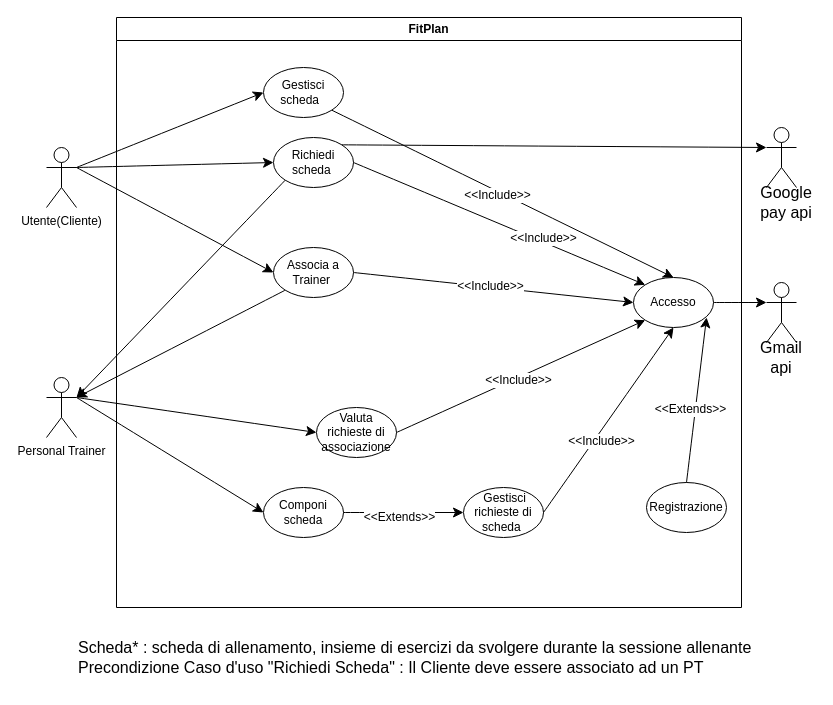
FedericoSib/FitPlan keeps this draw.io diagram as UseCaseDiagram/UseCaseDiagram.drawio. Above is the earlier version. Source tidied: cells renumbered, new cells numbered last; positions are measured from the earlier drawing's top-left corner, leaving out a move shared by most shapes. Both pictures are drawn from the tidied source at 100%, with x=0, y=0 at pixel (46, 17).
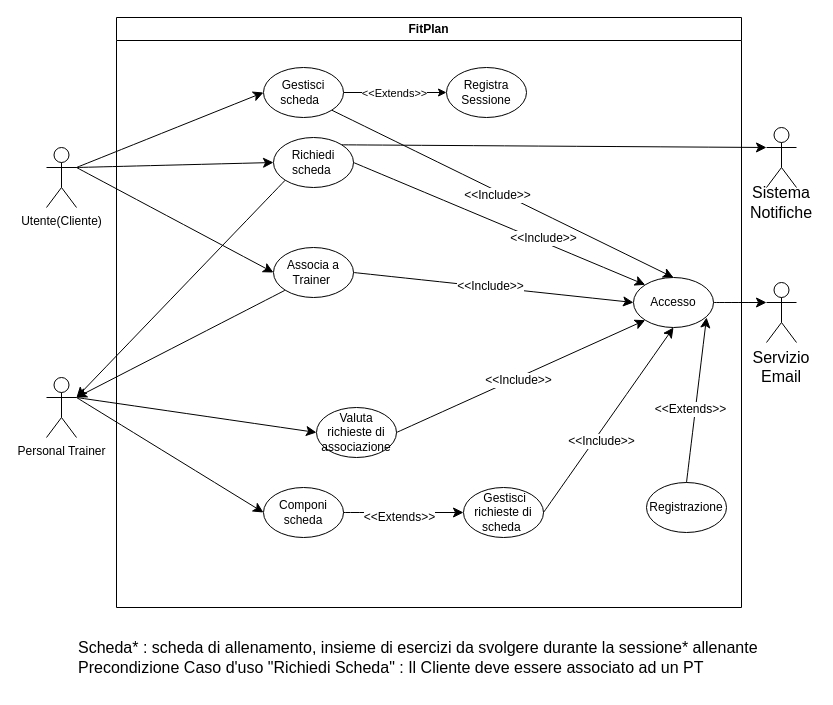
The same page after the edit.

Unchanged cells that the change refers to:
```xml
<mxCell id="2" value="FitPlan" style="swimlane;whiteSpace=wrap;html=1;" parent="1" vertex="1">
  <mxGeometry x="70" width="625" height="590" as="geometry" />
</mxCell>
<mxCell id="4" value="Gestisci scheda &amp;nbsp;" style="ellipse;whiteSpace=wrap;html=1;" parent="2" vertex="1">
  <mxGeometry x="147" y="50" width="80" height="50" as="geometry" />
</mxCell>
```

Change to the diagram source:
```diff
@@
+    <mxCell id="41" style="edgeStyle=orthogonalEdgeStyle;rounded=0;jettySize=auto;html=1;" parent="2" edge="1" source="4" target="43">
+      <mxGeometry relative="1" as="geometry" />
+    </mxCell>
+    <mxCell id="42" value="&amp;lt;&amp;lt;Extends&amp;gt;&amp;gt;" style="edgeLabel;html=1;align=center;verticalAlign=middle;" parent="41" vertex="1">
+      <mxGeometry x="-0.03" relative="1" as="geometry" />
+    </mxCell>
@@
+    <mxCell id="43" value="Registra Sessione" style="ellipse;whiteSpace=wrap;html=1;" parent="2" vertex="1">
+      <mxGeometry x="330" y="50" width="80" height="50" as="geometry" />
+    </mxCell>
@@
-    <mxCell id="33" value="&lt;div align=&quot;left&quot;&gt;Scheda* : scheda di allenamento, insieme di esercizi da svolgere durante la sessione allenante&lt;/div&gt;&lt;div align=&quot;left&quot;&gt;Precondizione Caso d'uso &quot;Richiedi Scheda&quot; : Il Cliente deve essere associato ad un PT&lt;/div&gt;" style="text;html=1;whiteSpace=wrap;strokeColor=none;fillColor=none;align=left;verticalAlign=middle;rounded=0;fontSize=16;" parent="1" vertex="1">
-      <mxGeometry x="30" y="610" width="680" height="60" as="geometry" />
+    <mxCell id="33" value="&lt;div align=&quot;left&quot;&gt;Scheda* : scheda di allenamento, insieme di esercizi da svolgere durante la sessione* allenante&lt;/div&gt;&lt;div align=&quot;left&quot;&gt;Precondizione Caso d'uso &quot;Richiedi Scheda&quot; : Il Cliente deve essere associato ad un PT&lt;/div&gt;" style="text;html=1;whiteSpace=wrap;strokeColor=none;fillColor=none;align=left;verticalAlign=middle;rounded=0;fontSize=16;" parent="1" vertex="1">
+      <mxGeometry x="30" y="610" width="690" height="60" as="geometry" />
     </mxCell>
@@
-    <mxCell id="39" value="Google pay api" style="text;html=1;whiteSpace=wrap;strokeColor=none;fillColor=none;align=center;verticalAlign=middle;rounded=0;fontSize=16;" parent="1" vertex="1">
-      <mxGeometry x="710" y="170" width="60" height="30" as="geometry" />
-    </mxCell>
-    <mxCell id="40" value="Gmail api" style="text;html=1;whiteSpace=wrap;strokeColor=none;fillColor=none;align=center;verticalAlign=middle;rounded=0;fontSize=16;" parent="1" vertex="1">
+    <mxCell id="40" value="&lt;br&gt;&lt;div&gt;Servizio&lt;/div&gt;&lt;div&gt;Email&lt;/div&gt;" style="text;html=1;whiteSpace=wrap;strokeColor=none;fillColor=none;align=center;verticalAlign=middle;rounded=0;fontSize=16;" parent="1" vertex="1">
       <mxGeometry x="705" y="325" width="60" height="30" as="geometry" />
     </mxCell>
+    <mxCell id="44" value="&lt;div&gt;Sistema&lt;/div&gt;&lt;div&gt;Notifiche&lt;/div&gt;" style="text;html=1;whiteSpace=wrap;strokeColor=none;fillColor=none;align=center;verticalAlign=middle;rounded=0;fontSize=16;" parent="1" vertex="1">
+      <mxGeometry x="705" y="170" width="60" height="30" as="geometry" />
+    </mxCell>
```
